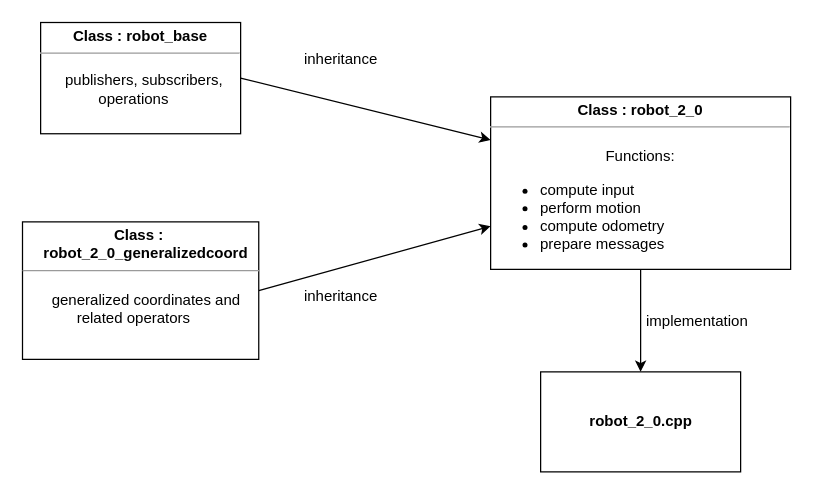
Earlier version of the draw.io diagram report/UML/versions/robot_component.drawio (aGotelli/Projet1). Source tidied: cells renumbered, new cells numbered last; positions are measured from the earlier drawing's top-left corner, leaving out a move shared by most shapes. Both pictures are drawn from the tidied source at 125%, with x=0, y=0 at pixel (22, 21).
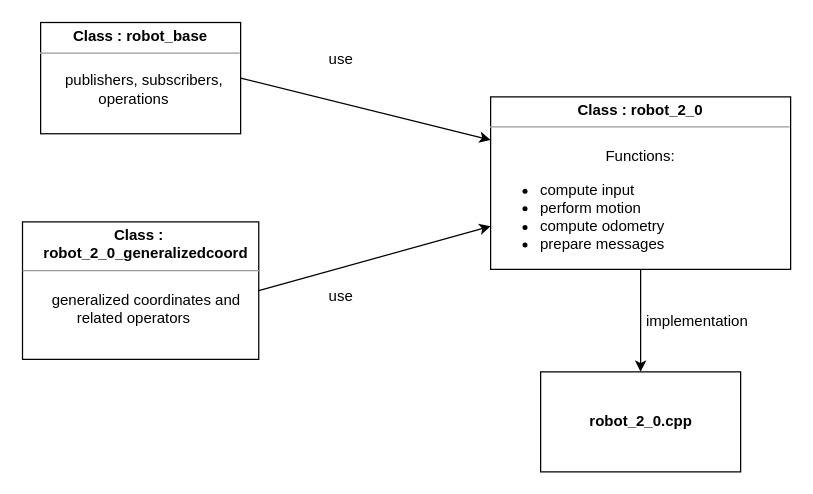
The same diagram, later.

Commit message:
Correct version of robot component

Change to the diagram source:
```diff
@@
 <mxGraphModel>
   <root>
     <mxCell id="0" />
     <mxCell id="1" parent="0" />
     <mxCell id="2" style="endArrow=classic;html=1;exitX=1;exitY=0.5;exitDx=0;exitDy=0;entryX=0;entryY=0.25;entryDx=0;entryDy=0;" parent="1" edge="1" source="6" target="8">
       <mxGeometry relative="1" as="geometry" />
     </mxCell>
-    <mxCell id="3" value="inheritance" style="text;html=1;align=center;verticalAlign=middle;" parent="1" vertex="1">
-      <mxGeometry x="219" y="20" width="70" height="20" as="geometry" />
+    <mxCell id="3" value="use" style="text;html=1;align=center;verticalAlign=middle;" parent="1" vertex="1">
+      <mxGeometry x="234" y="20" width="40" height="20" as="geometry" />
     </mxCell>
-    <mxCell id="4" value="inheritance" style="text;html=1;align=center;verticalAlign=middle;" parent="1" vertex="1">
-      <mxGeometry x="219" y="210" width="70" height="20" as="geometry" />
+    <mxCell id="4" value="use" style="text;html=1;align=center;verticalAlign=middle;" parent="1" vertex="1">
+      <mxGeometry x="234" y="210" width="40" height="20" as="geometry" />
     </mxCell>
     <mxCell id="5" style="endArrow=classic;html=1;exitX=1;exitY=0.5;exitDx=0;exitDy=0;entryX=0;entryY=0.75;entryDx=0;entryDy=0;" parent="1" edge="1" source="7" target="8">
       <mxGeometry relative="1" as="geometry" />
     </mxCell>
     <mxCell id="6" value="&lt;p style=&quot;margin: 0px ; margin-top: 4px ; text-align: center&quot;&gt;&lt;b&gt;Class : robot_base&lt;/b&gt;&lt;/p&gt;&lt;hr size=&quot;1&quot;&gt;&lt;div style=&quot;height: 2px&quot;&gt;&lt;span style=&quot;text-align: center&quot;&gt;&amp;nbsp; &amp;nbsp; &amp;nbsp;&lt;/span&gt;&lt;/div&gt;&lt;div style=&quot;height: 2px&quot;&gt;&lt;span style=&quot;text-align: center&quot;&gt;&lt;br&gt;&lt;/span&gt;&lt;/div&gt;&lt;div style=&quot;height: 2px&quot;&gt;&lt;span style=&quot;text-align: center&quot;&gt;&lt;br&gt;&lt;/span&gt;&lt;/div&gt;&lt;div style=&quot;height: 2px&quot;&gt;&lt;span style=&quot;text-align: center&quot;&gt;&lt;br&gt;&lt;/span&gt;&lt;/div&gt;&lt;div style=&quot;height: 2px&quot;&gt;&lt;span style=&quot;text-align: center&quot;&gt;&amp;nbsp; &amp;nbsp; &amp;nbsp; publishers, subscribers,&amp;nbsp;&lt;/span&gt;&lt;br style=&quot;text-align: center&quot;&gt;&lt;span style=&quot;text-align: center&quot;&gt;&amp;nbsp; &amp;nbsp; &amp;nbsp; &amp;nbsp; &amp;nbsp; &amp;nbsp; &amp;nbsp; operations&lt;/span&gt;&lt;/div&gt;" style="verticalAlign=top;align=left;overflow=fill;fontSize=12;fontFamily=Helvetica;html=1;" parent="1" vertex="1">
       <mxGeometry x="14" y="0.5" width="160" height="89" as="geometry" />
     </mxCell>
     <mxCell id="7" value="&lt;p style=&quot;margin: 0px ; margin-top: 4px ; text-align: center&quot;&gt;&lt;b&gt;Class :&amp;nbsp;&lt;/b&gt;&lt;/p&gt;&lt;b style=&quot;text-align: center&quot;&gt;&amp;nbsp; &amp;nbsp; &amp;nbsp;robot_2_0_generalizedcoord&lt;/b&gt;&lt;hr size=&quot;1&quot;&gt;&lt;div style=&quot;height: 2px&quot;&gt;&lt;span style=&quot;text-align: center&quot;&gt;&amp;nbsp; &amp;nbsp; &amp;nbsp;&lt;/span&gt;&lt;/div&gt;&lt;div style=&quot;height: 2px&quot;&gt;&lt;span style=&quot;text-align: center&quot;&gt;&lt;br&gt;&lt;/span&gt;&lt;/div&gt;&lt;div style=&quot;height: 2px&quot;&gt;&lt;span style=&quot;text-align: center&quot;&gt;&lt;br&gt;&lt;/span&gt;&lt;/div&gt;&lt;div style=&quot;height: 2px&quot;&gt;&lt;span style=&quot;text-align: center&quot;&gt;&lt;br&gt;&lt;/span&gt;&lt;/div&gt;&lt;div style=&quot;height: 2px&quot;&gt;&lt;span style=&quot;text-align: center&quot;&gt;&amp;nbsp; &amp;nbsp; &amp;nbsp;&lt;/span&gt;&lt;/div&gt;&lt;span style=&quot;text-align: center&quot;&gt;&amp;nbsp; &amp;nbsp; &amp;nbsp; &amp;nbsp;generalized coordinates and&amp;nbsp;&lt;/span&gt;&lt;br style=&quot;text-align: center&quot;&gt;&lt;span style=&quot;text-align: center&quot;&gt;&amp;nbsp; &amp;nbsp; &amp;nbsp; &amp;nbsp; &amp;nbsp; &amp;nbsp; &amp;nbsp;related operators&lt;/span&gt;" style="verticalAlign=top;align=left;overflow=fill;fontSize=12;fontFamily=Helvetica;html=1;" parent="1" vertex="1">
       <mxGeometry x="-0.5" y="160" width="189" height="110" as="geometry" />
     </mxCell>
     <mxCell id="8" value="&lt;p style=&quot;margin: 0px ; margin-top: 4px ; text-align: center&quot;&gt;&lt;b&gt;Class : robot_2_0&lt;/b&gt;&lt;/p&gt;&lt;hr size=&quot;1&quot;&gt;&lt;div style=&quot;height: 2px&quot;&gt;&lt;span style=&quot;text-align: center&quot;&gt;&amp;nbsp;&lt;/span&gt;&lt;/div&gt;&lt;div style=&quot;height: 2px&quot;&gt;&lt;span style=&quot;text-align: center&quot;&gt;&lt;br&gt;&lt;/span&gt;&lt;/div&gt;&lt;div style=&quot;height: 2px&quot;&gt;&lt;span style=&quot;text-align: center&quot;&gt;&lt;br&gt;&lt;/span&gt;&lt;/div&gt;&lt;div style=&quot;height: 2px&quot;&gt;&lt;span style=&quot;text-align: center&quot;&gt;&lt;br&gt;&lt;/span&gt;&lt;/div&gt;&lt;div style=&quot;height: 2px&quot;&gt;&lt;span style=&quot;text-align: center&quot;&gt;&amp;nbsp; &amp;nbsp; &amp;nbsp;&amp;nbsp;&lt;/span&gt;&lt;br&gt;&lt;/div&gt;&lt;span&gt;&lt;div style=&quot;text-align: center&quot;&gt;&lt;span&gt;Functions:&lt;/span&gt;&lt;/div&gt;&lt;/span&gt;&lt;ul&gt;&lt;li&gt;&lt;span style=&quot;text-align: center&quot;&gt;compute input&lt;/span&gt;&lt;/li&gt;&lt;li&gt;&lt;span style=&quot;text-align: center&quot;&gt;perform motion&lt;/span&gt;&lt;/li&gt;&lt;li&gt;&lt;span style=&quot;text-align: center&quot;&gt;compute odometry&lt;/span&gt;&lt;/li&gt;&lt;li&gt;prepare messages&amp;nbsp; &amp;nbsp; &amp;nbsp; &amp;nbsp;&lt;/li&gt;&lt;/ul&gt;" style="verticalAlign=top;align=left;overflow=fill;fontSize=12;fontFamily=Helvetica;html=1;" parent="1" vertex="1">
       <mxGeometry x="374" y="60" width="240" height="138" as="geometry" />
     </mxCell>
     <mxCell id="9" style="endArrow=classic;html=1;exitX=0.5;exitY=1;exitDx=0;exitDy=0;entryX=0.5;entryY=0;entryDx=0;entryDy=0;" parent="1" edge="1" source="8" target="10">
       <mxGeometry relative="1" as="geometry" />
     </mxCell>
     <mxCell id="10" value="&lt;b&gt;robot_2_0.cpp&lt;/b&gt;" style="html=1;" parent="1" vertex="1">
       <mxGeometry x="414" y="280" width="160" height="80" as="geometry" />
     </mxCell>
     <mxCell id="11" value="implementation" style="text;html=1;align=center;verticalAlign=middle;" parent="1" vertex="1">
       <mxGeometry x="489" y="230" width="100" height="20" as="geometry" />
     </mxCell>
   </root>
 </mxGraphModel>
```
